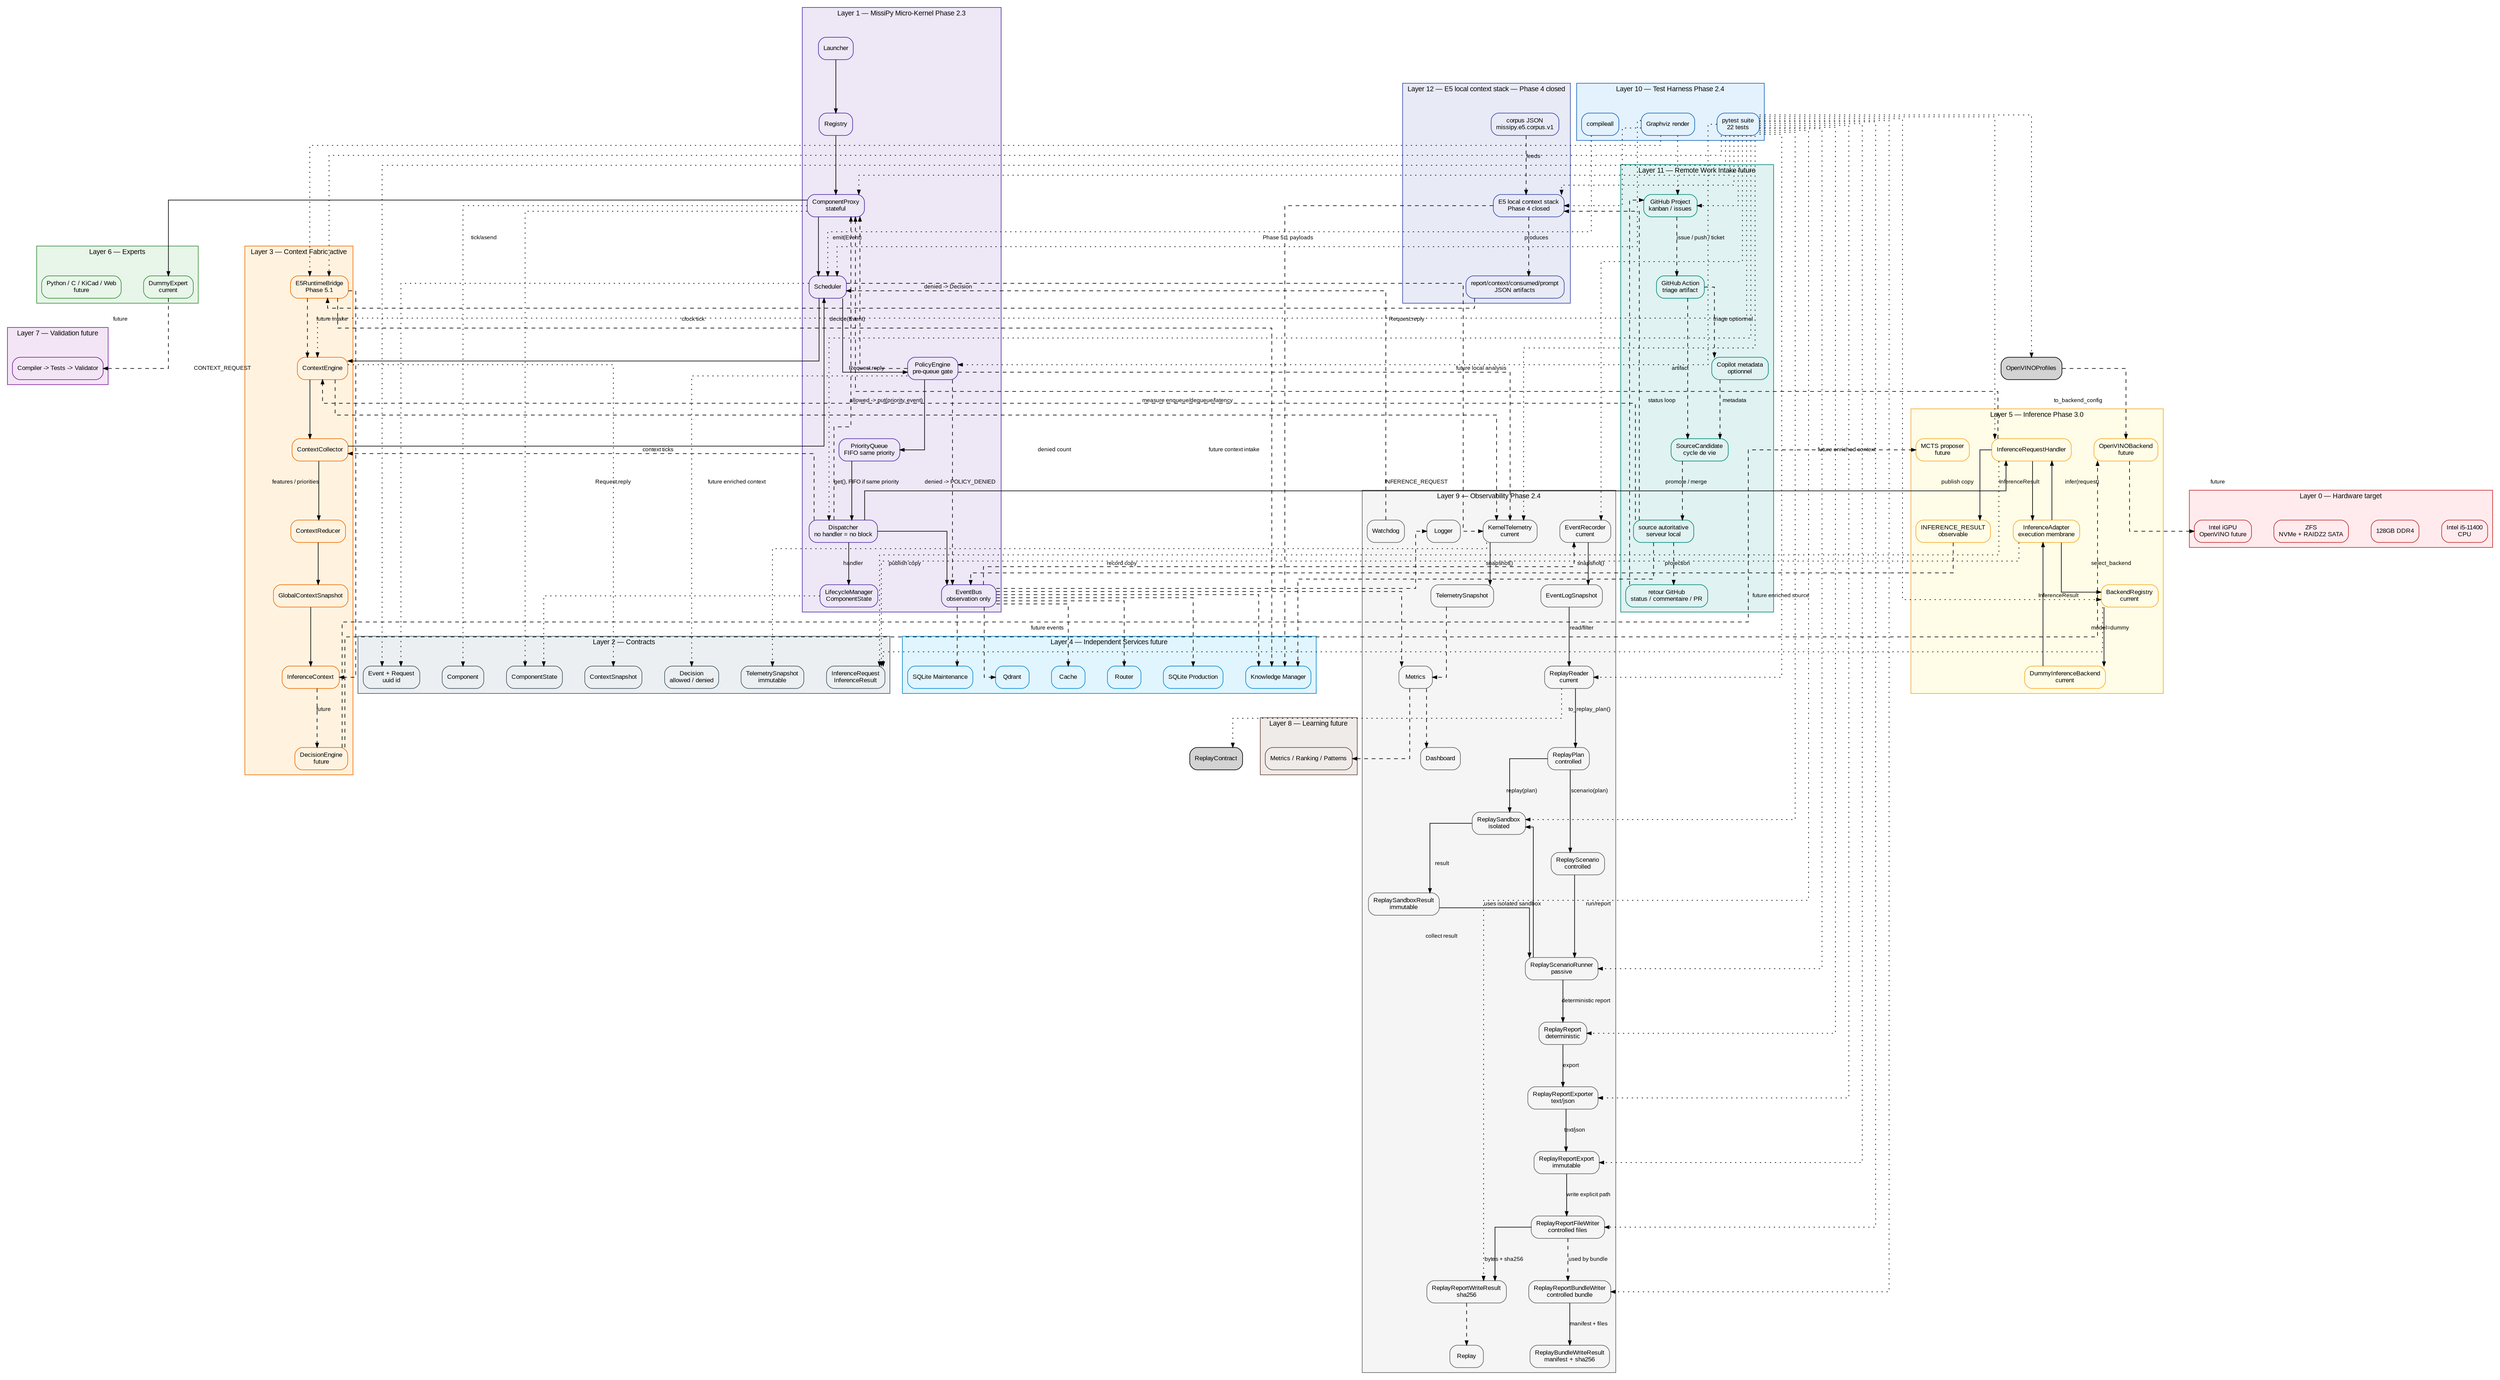
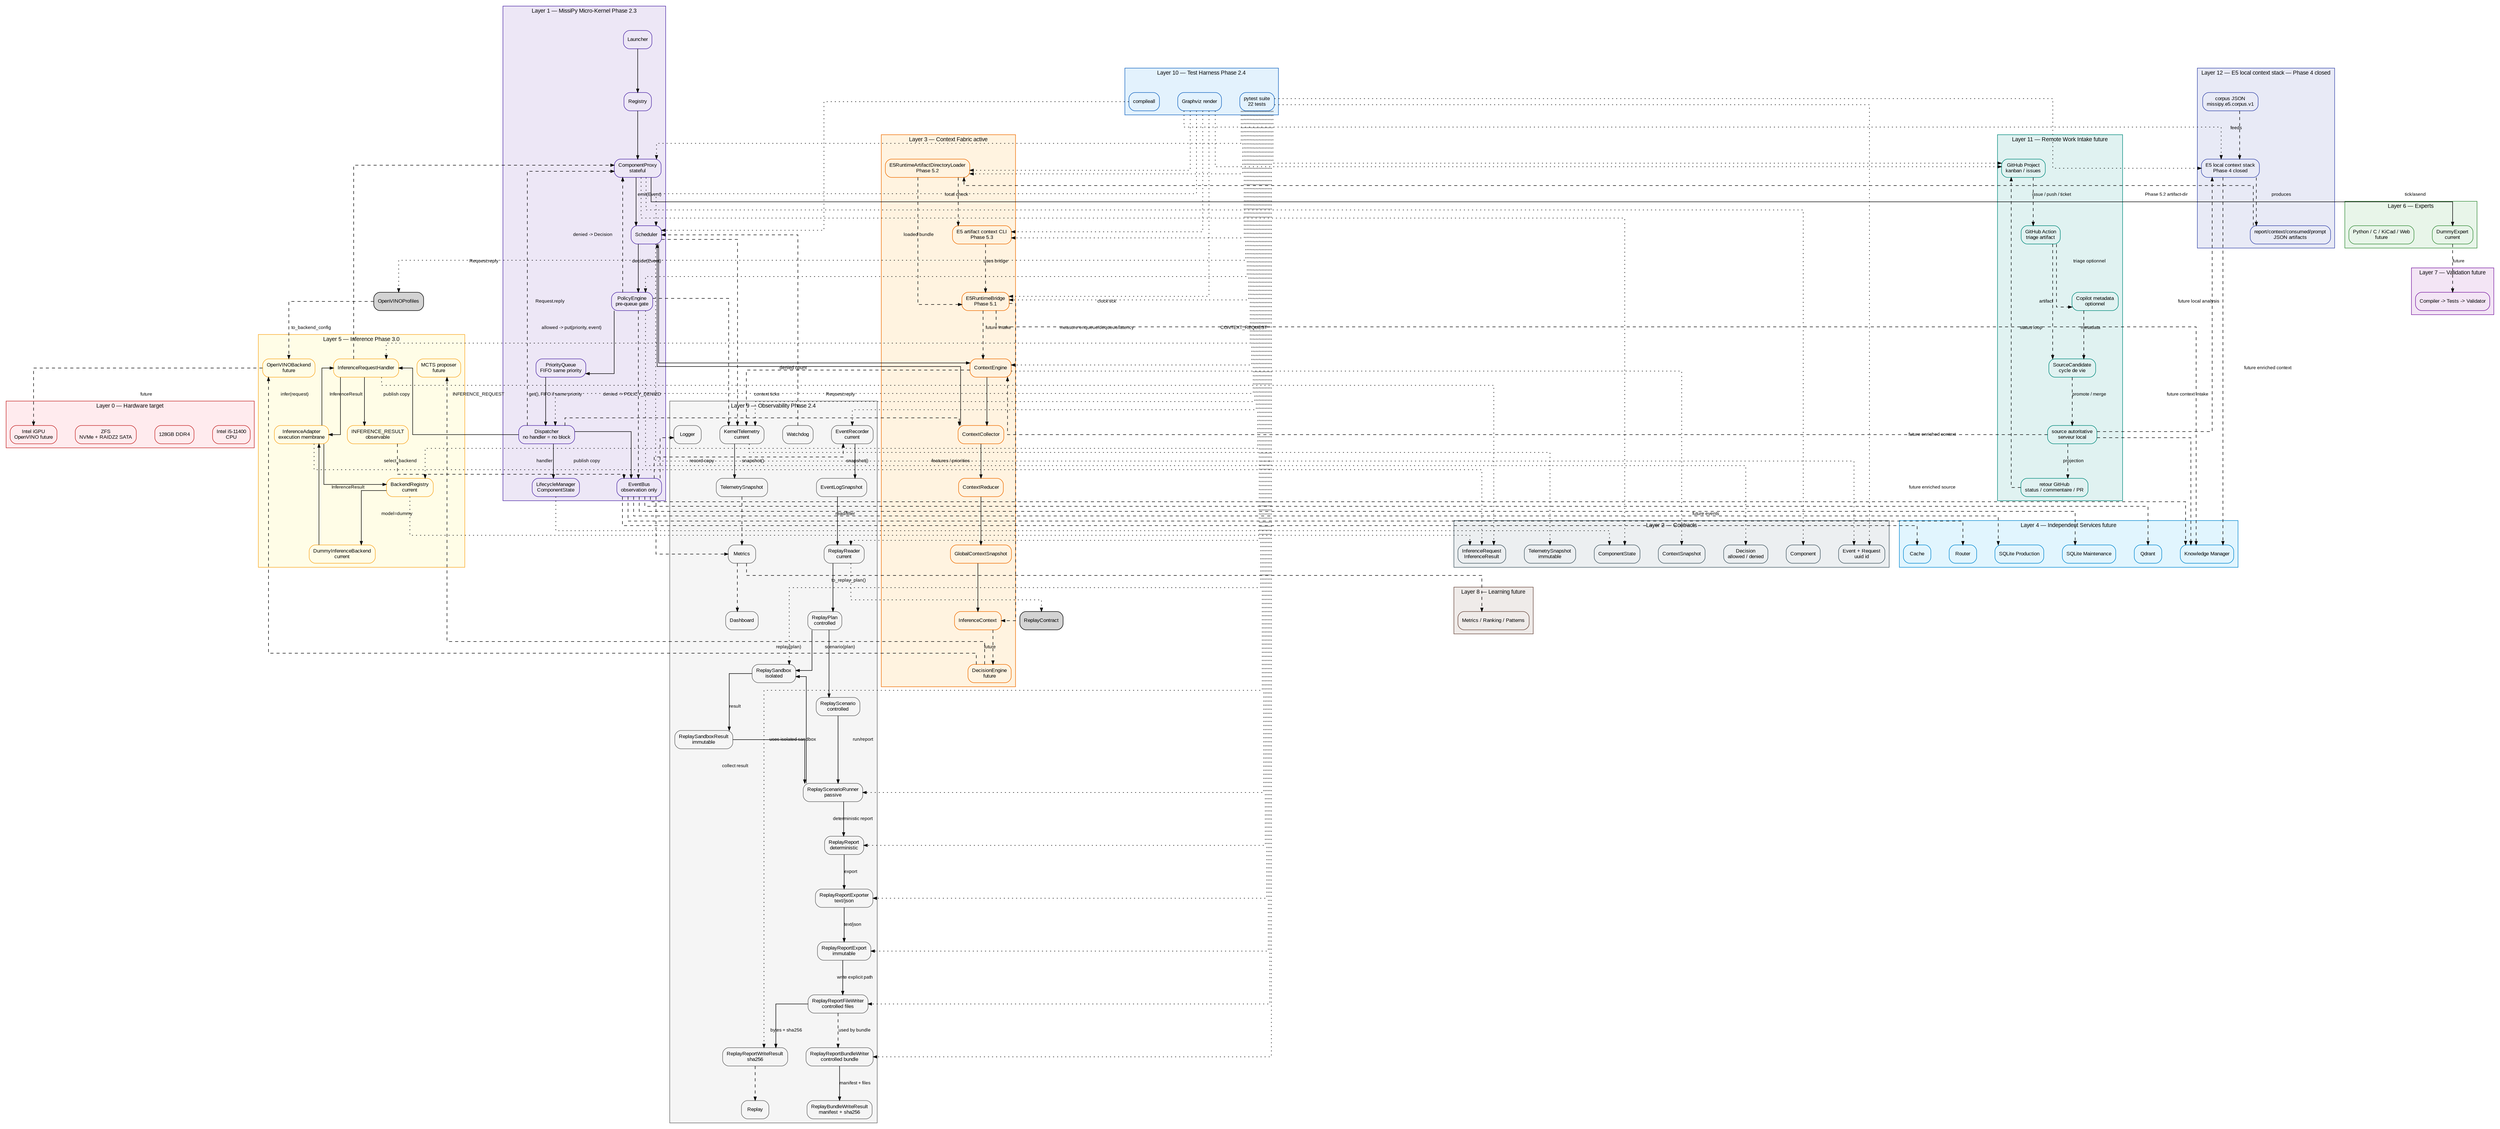
digraph Global {
    // ROADMAP_ID: global

    rankdir=TB;

    // ROADMAP_NOTE[phase2_5]:
    // BackendRegistry est ajouté au layer inference pour préparer
    // l’enregistrement explicite d’OpenVINO sans modifier le Scheduler.

    // ROADMAP_NOTE[phase3_0]:
    // OpenVINOModelProfileRegistry est ajouté pour décrire un ou plusieurs
    // modèles OpenVINO possibles avant de créer les backends exécutables.
    compound=true;
    splines=ortho;
    nodesep=0.5;
    ranksep=0.8;

    graph [fontname="Arial", fontsize=11];
    node [shape=box, style="rounded,filled", fontname="Arial", fontsize=10];
    edge [fontname="Arial", fontsize=9, arrowsize=0.7];

    // ROADMAP_NOTE[phase2_4]:
// ReplayReportBundleWriter ajoute un dossier de replay contrôlé :
// report.txt, report.json et manifest.json avec sha256. La roadmap DOT
// est aussi vérifiée par tests/docs/test_dot_links.py afin que les liens
// descente/remontée pointent vers des sources DOT existantes.
    // Le Layer 9 ajoute ReplayReportFileWriter après ReplayReportExport.
    // Cette étape persiste les exports texte/JSON vers chemins explicites.
    // Aucun répertoire n'est créé ni aucun fichier écrasé sans demande explicite.
    // Le writer reste passif et ne commande jamais le Scheduler vivant.


    // ROADMAP_NOTE[phase4_18_r2]:
    // GitHub Project Orchestrator est visible dans l'architecture globale.
    // Cette couche reste future et documentaire : pas d'API GitHub, pas de token,
    // pas de polling réseau et pas de dépendance Copilot dans le coeur.

    // ROADMAP_NOTE[phase4_19]:
    // La Phase 4 se clôt par un audit du moteur local E5 : corpus, recherche,
    // diagnostics, gates, rapports, contexte, consommation et prompt packet.
    // Le stack E5 reste hors Scheduler, hors Qdrant et hors backend de réponse.

    // ROADMAP_NOTE[phase4_20]:
    // Phase 4 clôturée : le moteur local E5 produit des artefacts déterministes
    // de recherche, contexte consommé et prompt packet. La Phase 5 peut brancher
    // ce socle au serveur local ou au Context Engine sans changer ces frontières.
+ 
+     // ROADMAP_NOTE[phase5_2]:
+     // E5RuntimeArtifactDirectoryLoader ajoute la bordure IO locale pour lire un
+     // artifact-dir Phase 4 et réutiliser le pont pur E5RuntimeBridge. Aucun daemon,
+     // réseau, Scheduler vivant, Qdrant ou LLM n'est introduit.
+ 
+     // ROADMAP_NOTE[phase5_3]:
+     // E5 artifact context CLI ajoute une bordure de vérification locale pour
+     // afficher l'InferenceContext construit depuis un artifact-dir, sans daemon,
+     // réseau, Scheduler vivant, Qdrant ou LLM.

    subgraph cluster_L0 {
        label="Layer 0 — Hardware target";
        color="#c62828";
        bgcolor="#ffebee";
        node [fillcolor="#ffebee", color="#c62828"];
        CPU [label="Intel i5-11400\nCPU"];
        RAM [label="128GB DDR4"];
        Storage [label="ZFS\nNVMe + RAIDZ2 SATA"];
        GPU [label="Intel iGPU\nOpenVINO future"];
    }

    subgraph cluster_L1 {
        label="Layer 1 — MissiPy Micro-Kernel Phase 2.3";
        color="#512da8";
        bgcolor="#ede7f6";
        node [fillcolor="#ede7f6", color="#512da8"];
        Launcher [URL="scheduler/10_scheduler.svg", tooltip="Zoom Scheduler"];
        Registry [URL="scheduler/10_scheduler.svg", tooltip="Registry"];
        Proxy [label="ComponentProxy\nstateful", URL="scheduler/component_proxy/14_component_proxy.svg", tooltip="Runtime proxy"];
        Scheduler [URL="scheduler/10_scheduler.svg", tooltip="Zoom Scheduler"];
        Policy [label="PolicyEngine\npre-queue gate", URL="scheduler/10_scheduler.svg"];
        Queue [label="PriorityQueue\nFIFO same priority", URL="scheduler/priority_queue/13_priority_queue.svg"];
        Dispatcher [label="Dispatcher\nno handler = no block", URL="scheduler/dispatcher/11_dispatcher.svg"];
        EventBus [label="EventBus\nobservation only", URL="scheduler/event_bus/12_event_bus.svg"];
        Lifecycle [label="LifecycleManager\nComponentState", URL="scheduler/10_scheduler.svg"];
    }

    subgraph cluster_L2 {
        label="Layer 2 — Contracts";
        color="#455a64";
        bgcolor="#eceff1";
        node [fillcolor="#eceff1", color="#455a64"];
        EventContract [label="Event + Request\nuuid id"];
        LifecycleContract [label="ComponentState"];
        ComponentContract [label="Component"];
        ContextContract [label="ContextSnapshot"];
        InferenceContract [label="InferenceRequest\nInferenceResult"];
        PolicyContract [label="Decision\nallowed / denied"];
        TelemetryContract [label="TelemetrySnapshot\nimmutable"];
    }

    subgraph cluster_L3 {
        label="Layer 3 — Context Fabric active";
        color="#ef6c00";
        bgcolor="#fff3e0";
        node [fillcolor="#fff3e0", color="#ef6c00"];
        ContextEngine [label="ContextEngine", URL="context/20_context.svg"];
        Collector [label="ContextCollector", URL="context/20_context.svg"];
        Reducer [label="ContextReducer", URL="context/20_context.svg"];
        Snapshot [label="GlobalContextSnapshot", URL="context/20_context.svg"];
        InferenceCtx [label="InferenceContext", URL="context/20_context.svg"];
        E5RuntimeBridge [label="E5RuntimeBridge\nPhase 5.1", URL="context/25_e5_runtime_bridge.svg"];
+         E5ArtifactLoader [label="E5RuntimeArtifactDirectoryLoader\nPhase 5.2", URL="context/26_e5_artifact_directory_loader.svg"];
+         E5ArtifactContextCLI [label="E5 artifact context CLI\nPhase 5.3", URL="context/27_e5_artifact_context_cli.svg"];
        Decision [label="DecisionEngine\nfuture", URL="context/20_context.svg"];
    }

    subgraph cluster_L4 {
        label="Layer 4 — Independent Services future";
        color="#0288d1";
        bgcolor="#e1f5fe";
        node [fillcolor="#e1f5fe", color="#0288d1"];
        Router [URL="services/30_services.svg"];
        SQLiteProd [label="SQLite Production", URL="services/30_services.svg"];
        SQLiteMaint [label="SQLite Maintenance", URL="services/30_services.svg"];
        Qdrant [URL="services/30_services.svg"];
        Cache [URL="services/30_services.svg"];
        Knowledge [label="Knowledge Manager", URL="services/30_services.svg"];
    }

    subgraph cluster_L5 {
        label="Layer 5 — Inference Phase 3.0";
        color="#f9a825";
        bgcolor="#fffde7";
        node [fillcolor="#fffde7", color="#f9a825"];
        InferenceHandler [label="InferenceRequestHandler", URL="inference/40_inference.svg"];
        InferenceAdapter [label="InferenceAdapter\nexecution membrane", URL="inference/40_inference.svg"];
        BackendRegistry [label="BackendRegistry\ncurrent", URL="inference/40_inference.svg"];
        DummyBackend [label="DummyInferenceBackend\ncurrent", URL="inference/40_inference.svg"];
        InferenceResult [label="INFERENCE_RESULT\nobservable", URL="inference/40_inference.svg"];
        OpenVINO [label="OpenVINOBackend\nfuture", URL="inference/40_inference.svg"];
        MCTS [label="MCTS proposer\nfuture"];
    }

    subgraph cluster_L6 {
        label="Layer 6 — Experts";
        color="#388e3c";
        bgcolor="#e8f5e9";
        node [fillcolor="#e8f5e9", color="#388e3c"];
        Dummy [label="DummyExpert\ncurrent", URL="experts/40_experts.svg"];
        ExpertsFuture [label="Python / C / KiCad / Web\nfuture", URL="experts/40_experts.svg"];
    }

    subgraph cluster_L7 {
        label="Layer 7 — Validation future";
        color="#7b1fa2";
        bgcolor="#f3e5f5";
        node [fillcolor="#f3e5f5", color="#7b1fa2"];
        Validation [label="Compiler -> Tests -> Validator", URL="validation/50_validation.svg"];
    }

    subgraph cluster_L8 {
        label="Layer 8 — Learning future";
        color="#6d4c41";
        bgcolor="#efebe9";
        node [fillcolor="#efebe9", color="#6d4c41"];
        Learning [label="Metrics / Ranking / Patterns", URL="learning/60_learning.svg"];
    }

    subgraph cluster_L9 {
        label="Layer 9 — Observability Phase 2.4";
        color="#666666";
        bgcolor="#f5f5f5";
        node [fillcolor="#f5f5f5", color="#666666"];
        Logger [URL="observability/70_observability.svg"];
        KernelTelemetry [label="KernelTelemetry
current", URL="observability/70_observability.svg"];
        TelemetrySnapshot [label="TelemetrySnapshot", URL="observability/70_observability.svg"];
        EventRecorder [label="EventRecorder
current", URL="observability/70_observability.svg"];
        EventLogSnapshot [label="EventLogSnapshot", URL="observability/70_observability.svg"];
        ReplayReader [label="ReplayReader
current", URL="observability/70_observability.svg"];
        ReplayPlan [label="ReplayPlan
controlled", URL="observability/70_observability.svg"];
        ReplaySandbox [label="ReplaySandbox
isolated", URL="observability/70_observability.svg"];
        ReplaySandboxResult [label="ReplaySandboxResult
immutable", URL="observability/70_observability.svg"];
        ReplayScenario [label="ReplayScenario
controlled", URL="observability/70_observability.svg"];
        ReplayScenarioRunner [label="ReplayScenarioRunner
passive", URL="observability/70_observability.svg"];
        ReplayReport [label="ReplayReport
deterministic", URL="observability/70_observability.svg"];
        ReplayReportExporter [label="ReplayReportExporter
text/json", URL="observability/70_observability.svg"];
        ReplayReportExport [label="ReplayReportExport
immutable", URL="observability/70_observability.svg"];
        ReplayReportFileWriter [label="ReplayReportFileWriter
controlled files", URL="observability/70_observability.svg"];
        ReplayReportWriteResult [label="ReplayReportWriteResult
sha256", URL="observability/70_observability.svg"];
        ReplayReportBundleWriter [label="ReplayReportBundleWriter
controlled bundle", URL="observability/70_observability.svg"];
        ReplayBundleWriteResult [label="ReplayBundleWriteResult
manifest + sha256", URL="observability/70_observability.svg"];
        Metrics [URL="observability/70_observability.svg"];
        Replay [URL="observability/70_observability.svg"];
        Dashboard [URL="observability/70_observability.svg"];
        Watchdog [URL="observability/70_observability.svg"];
    }

    subgraph cluster_L10 {
        label="Layer 10 — Test Harness Phase 2.4";
        color="#1565c0";
        bgcolor="#e3f2fd";
        node [fillcolor="#e3f2fd", color="#1565c0"];
        Pytest [label="pytest suite\n22 tests", URL="tests/80_tests.svg"];
        CompileAll [label="compileall"];
        DotRender [label="Graphviz render"];
    }



    subgraph cluster_L11 {
        label="Layer 11 — Remote Work Intake future";
        color="#00897b";
        bgcolor="#e0f2f1";
        node [fillcolor="#e0f2f1", color="#00897b"];
        GitHubProject [label="GitHub Project
kanban / issues", URL="integrations/90_github_project_orchestrator.svg"];
        GitHubAction [label="GitHub Action
triage artifact", URL="integrations/90_github_project_orchestrator.svg"];
        CopilotMetadata [label="Copilot metadata
optionnel", URL="integrations/90_github_project_orchestrator.svg"];
        SourceCandidate [label="SourceCandidate
cycle de vie", URL="integrations/91_source_candidate_lifecycle.svg"];
        LocalAuthority [label="source autoritative
serveur local", URL="integrations/91_source_candidate_lifecycle.svg"];
        GitHubFeedback [label="retour GitHub
status / commentaire / PR", URL="integrations/90_github_project_orchestrator.svg"];
    }

    subgraph cluster_L12 {
        label="Layer 12 — E5 local context stack — Phase 4 closed";
        color="#3949ab";
        bgcolor="#e8eaf6";
        node [fillcolor="#e8eaf6", color="#3949ab"];
        E5LocalStack [label="E5 local context stack
Phase 4 closed", URL="inference/74_e5_phase4_closure.svg"];
        E5Corpus [label="corpus JSON
missipy.e5.corpus.v1", URL="inference/73_e5_phase4_final_audit.svg"];
        E5Reports [label="report/context/consumed/prompt
JSON artifacts", URL="inference/74_e5_phase4_closure.svg"];
    }

    Launcher -> Registry;
    Registry -> Proxy;
    Proxy -> Scheduler [label="emit(Event)"];
    Scheduler -> Policy [label="decide(Event)"];
    Policy -> Queue [label="allowed -> put(priority, event)"];
    Policy -> EventBus [label="denied -> POLICY_DENIED", style=dashed];
    Policy -> Proxy [label="denied -> Decision", style=dashed];
    Queue -> Dispatcher [label="get(), FIFO if same priority"];
    Dispatcher -> Lifecycle [label="handler"];
    Dispatcher -> EventBus [label="publish copy"];
    Dispatcher -> Proxy [label="Request.reply", style=dashed];

    Lifecycle -> LifecycleContract [style=dotted];
    Proxy -> LifecycleContract [style=dotted];

    Scheduler -> ContextEngine [label="clock tick"];
    ContextEngine -> Collector;
    Collector -> Scheduler [label="CONTEXT_REQUEST"];
    Dispatcher -> Collector [label="Request.reply", style=dashed];
    Collector -> Reducer;
    Reducer -> Snapshot;
    Snapshot -> InferenceCtx;
    InferenceCtx -> Decision [style=dashed, label="future"];

    Scheduler -> EventContract [style=dotted];
    Policy -> PolicyContract [style=dotted];
    KernelTelemetry -> TelemetryContract [style=dotted];
    Proxy -> ComponentContract [style=dotted];
    ContextEngine -> ContextContract [style=dotted];
    InferenceHandler -> InferenceContract [style=dotted];
    ReplayReader -> ReplayContract [style=dotted];
    InferenceAdapter -> InferenceContract [style=dotted];
    BackendRegistry -> InferenceContract [style=dotted];

    Proxy -> Dummy [label="tick/asend"];

    Dispatcher -> InferenceHandler [label="INFERENCE_REQUEST"];
    InferenceHandler -> InferenceAdapter [label="infer(request)"];
    InferenceAdapter -> BackendRegistry [label="select_backend"];
    BackendRegistry -> DummyBackend [label="model=dummy"];
    DummyBackend -> InferenceAdapter [label="InferenceResult"];
    InferenceAdapter -> InferenceHandler [label="InferenceResult"];
    InferenceHandler -> InferenceResult [label="publish copy"];
    InferenceHandler -> Proxy [label="Request.reply", style=dashed];
    InferenceResult -> EventBus [style=dashed];
    OpenVINOProfiles -> OpenVINO [style=dashed, label="to_backend_config"];
    OpenVINO -> GPU [style=dashed, label="future"];
    E5Corpus -> E5LocalStack [style=dashed, label="feeds"];
    E5LocalStack -> E5Reports [style=dashed, label="produces"];
-     E5Reports -> E5RuntimeBridge [style=dashed, label="Phase 5.1 payloads"];
+     E5Reports -> E5ArtifactLoader [style=dashed, label="Phase 5.2 artifact-dir"];
+     E5ArtifactLoader -> E5RuntimeBridge [style=dashed, label="loaded bundle"];
+     E5ArtifactLoader -> E5ArtifactContextCLI [style=dashed, label="local check"];
+     E5ArtifactContextCLI -> E5RuntimeBridge [style=dashed, label="uses bridge"];
    E5RuntimeBridge -> InferenceCtx [style=dashed, label="features / priorities"];
    E5RuntimeBridge -> ContextEngine [style=dashed, label="future intake"];
    E5RuntimeBridge -> Knowledge [style=dashed, label="future enriched context"];
    E5LocalStack -> Knowledge [style=dashed, label="future enriched context"];

    Scheduler -> KernelTelemetry [style=dashed, label="measure enqueue/dequeue/latency"];
    Policy -> KernelTelemetry [style=dashed, label="denied count"];
    ContextEngine -> KernelTelemetry [style=dashed, label="context ticks"];
    KernelTelemetry -> TelemetrySnapshot [label="snapshot()"];
    TelemetrySnapshot -> Metrics [style=dashed];

    EventBus -> Logger [style=dashed];
    EventBus -> Metrics [style=dashed];
    EventBus -> EventRecorder [style=dashed, label="record copy"];
    EventRecorder -> EventLogSnapshot [label="snapshot()"];
    EventLogSnapshot -> ReplayReader [label="read/filter"];
    ReplayReader -> ReplayPlan [label="to_replay_plan()"];
    ReplayPlan -> ReplaySandbox [label="replay(plan)"];
    ReplaySandbox -> ReplaySandboxResult [label="result"];
    ReplayPlan -> ReplayScenario [label="scenario(plan)"];
    ReplayScenario -> ReplayScenarioRunner [label="run/report"];
    ReplayScenarioRunner -> ReplaySandbox [label="uses isolated sandbox"];
    ReplaySandboxResult -> ReplayScenarioRunner [label="collect result"];
    ReplayScenarioRunner -> ReplayReport [label="deterministic report"];
    ReplayReport -> ReplayReportExporter [label="export"];
    ReplayReportExporter -> ReplayReportExport [label="text/json"];
    ReplayReportExport -> ReplayReportFileWriter [label="write explicit path"];
    ReplayReportFileWriter -> ReplayReportWriteResult [label="bytes + sha256"];
    ReplayReportFileWriter -> ReplayReportBundleWriter [style=dashed, label="used by bundle"];
    ReplayReportBundleWriter -> ReplayBundleWriteResult [label="manifest + files"];
    ReplayReportWriteResult -> Replay [style=dashed];
    Metrics -> Dashboard [style=dashed];
    Watchdog -> Scheduler [style=dashed];

    Pytest -> EventContract [style=dotted];
    Pytest -> Dispatcher [style=dotted];
    Pytest -> Proxy [style=dotted];
    Pytest -> ContextEngine [style=dotted];
    Pytest -> InferenceHandler [style=dotted];
    Pytest -> BackendRegistry [style=dotted];
    Pytest -> OpenVINOProfiles [style=dotted];
    Pytest -> Policy [style=dotted];
    Pytest -> KernelTelemetry [style=dotted];
    Pytest -> EventRecorder [style=dotted];
    Pytest -> ReplayReader [style=dotted];
    Pytest -> ReplaySandbox [style=dotted];
    Pytest -> ReplayScenarioRunner [style=dotted];
    Pytest -> ReplayReport [style=dotted];
    Pytest -> ReplayReportExporter [style=dotted];
    Pytest -> ReplayReportExport [style=dotted];
    Pytest -> ReplayReportFileWriter [style=dotted];
    Pytest -> ReplayReportBundleWriter [style=dotted];
    Pytest -> ReplayReportWriteResult [style=dotted];
    CompileAll -> Scheduler [style=dotted];
    DotRender -> Scheduler [style=dotted];

    EventBus -> Router [style=dashed, label="future events"];
    EventBus -> SQLiteProd [style=dashed];
    EventBus -> SQLiteMaint [style=dashed];
    EventBus -> Qdrant [style=dashed];
    EventBus -> Cache [style=dashed];
    EventBus -> Knowledge [style=dashed];
    Decision -> OpenVINO [style=dashed];
    Decision -> MCTS [style=dashed];
    Dummy -> Validation [style=dashed, label="future"];
    Metrics -> Learning [style=dashed];

    GitHubProject -> GitHubAction [style=dashed, label="issue / push / ticket"];
    GitHubAction -> CopilotMetadata [style=dashed, label="triage optionnel"];
    CopilotMetadata -> SourceCandidate [style=dashed, label="metadata"];
    GitHubAction -> SourceCandidate [style=dashed, label="artifact"];
    SourceCandidate -> LocalAuthority [style=dashed, label="promote / merge"];
    LocalAuthority -> E5LocalStack [style=dashed, label="future local analysis"];
    LocalAuthority -> ContextEngine [style=dashed, label="future context intake"];
    LocalAuthority -> Knowledge [style=dashed, label="future enriched source"];
    LocalAuthority -> GitHubFeedback [style=dashed, label="projection"];
    GitHubFeedback -> GitHubProject [style=dashed, label="status loop"];
    Pytest -> GitHubProject [style=dotted];
    Pytest -> E5LocalStack [style=dotted];
    Pytest -> E5RuntimeBridge [style=dotted];
+     Pytest -> E5ArtifactLoader [style=dotted];
+     Pytest -> E5ArtifactContextCLI [style=dotted];
    DotRender -> GitHubProject [style=dotted];
    DotRender -> E5LocalStack [style=dotted];
    DotRender -> E5RuntimeBridge [style=dotted];
+     DotRender -> E5ArtifactLoader [style=dotted];
+     DotRender -> E5ArtifactContextCLI [style=dotted];
}

